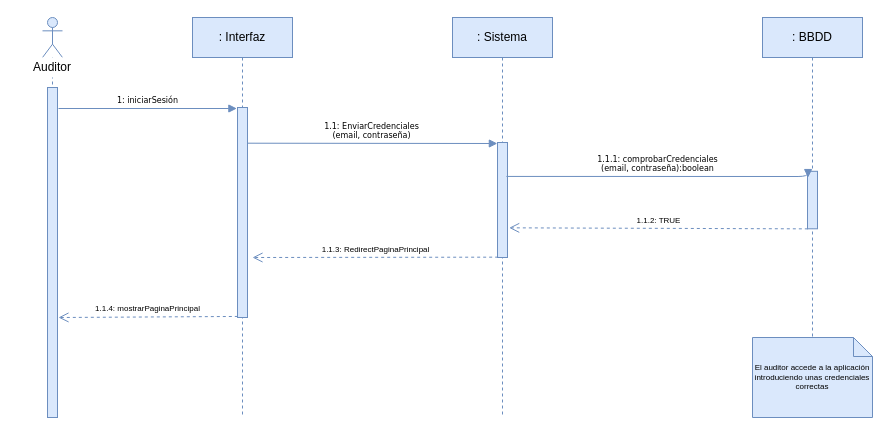
This is page "Inicio de sesión" (2 of 5) of sequenceDiagram.drawio from Carrivax/diagrams, a draw.io file, before an edit. Source tidied: cells renumbered, new cells numbered last; positions are measured from the earlier drawing's top-left corner, leaving out a move shared by most shapes. Both pictures are drawn from the tidied source at 100%, with x=0, y=0 at pixel (17, 17).
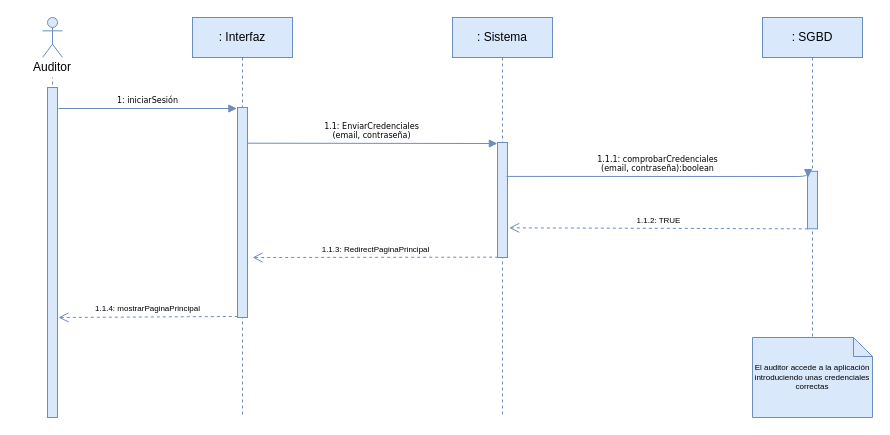
Above is the later version.

The edit, as a diff of the source:
```diff
@@
-    <mxCell id="9" value=": BBDD" style="shape=umlLifeline;perimeter=lifelinePerimeter;whiteSpace=wrap;html=1;fillColor=#dae8fc;strokeColor=#6c8ebf;" parent="1" vertex="1">
+    <mxCell id="9" value=": SGBD" style="shape=umlLifeline;perimeter=lifelinePerimeter;whiteSpace=wrap;html=1;fillColor=#dae8fc;strokeColor=#6c8ebf;" parent="1" vertex="1">
       <mxGeometry x="745" width="100" height="400" as="geometry" />
     </mxCell>
```
